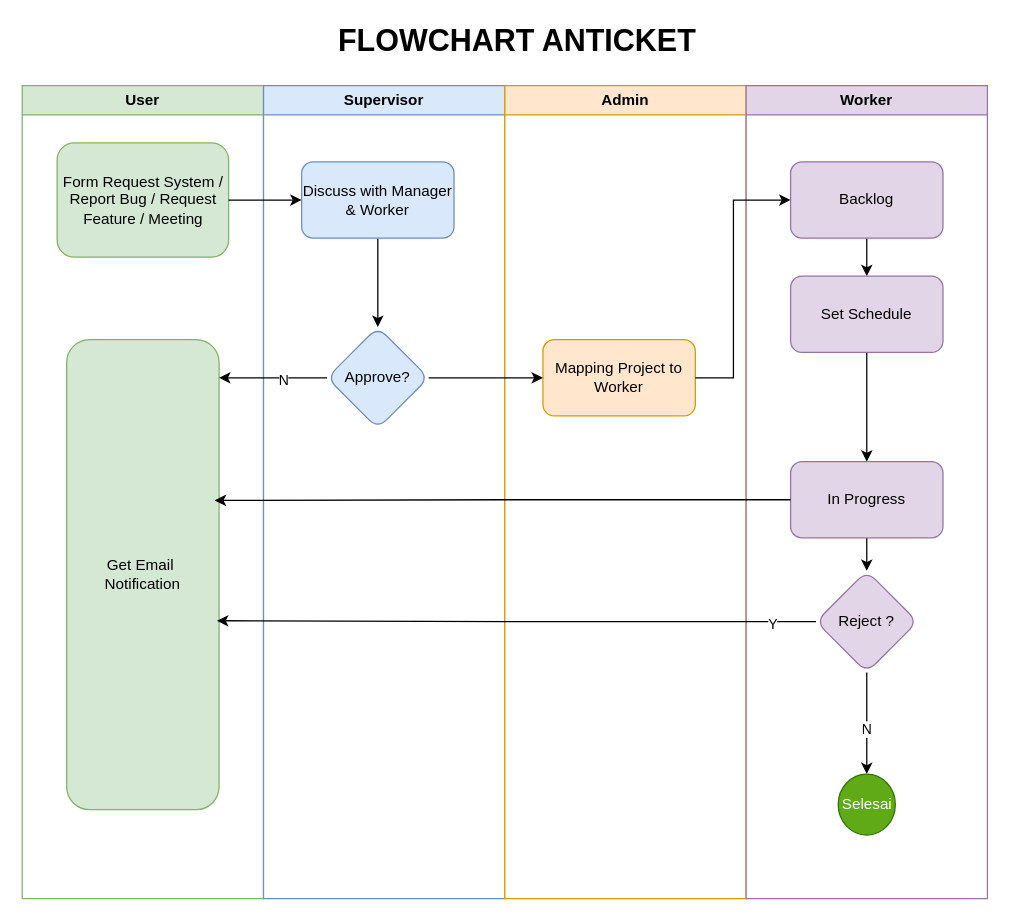
Before: document/Flowchart Anticket.drawio in andarutr/anticket-ci3, a draw.io diagram. Source tidied: cells renumbered, new cells numbered last; positions are measured from the earlier drawing's top-left corner, leaving out a move shared by most shapes. Both pictures are drawn from the tidied source at 127%, with x=0, y=0 at pixel (22, 22).
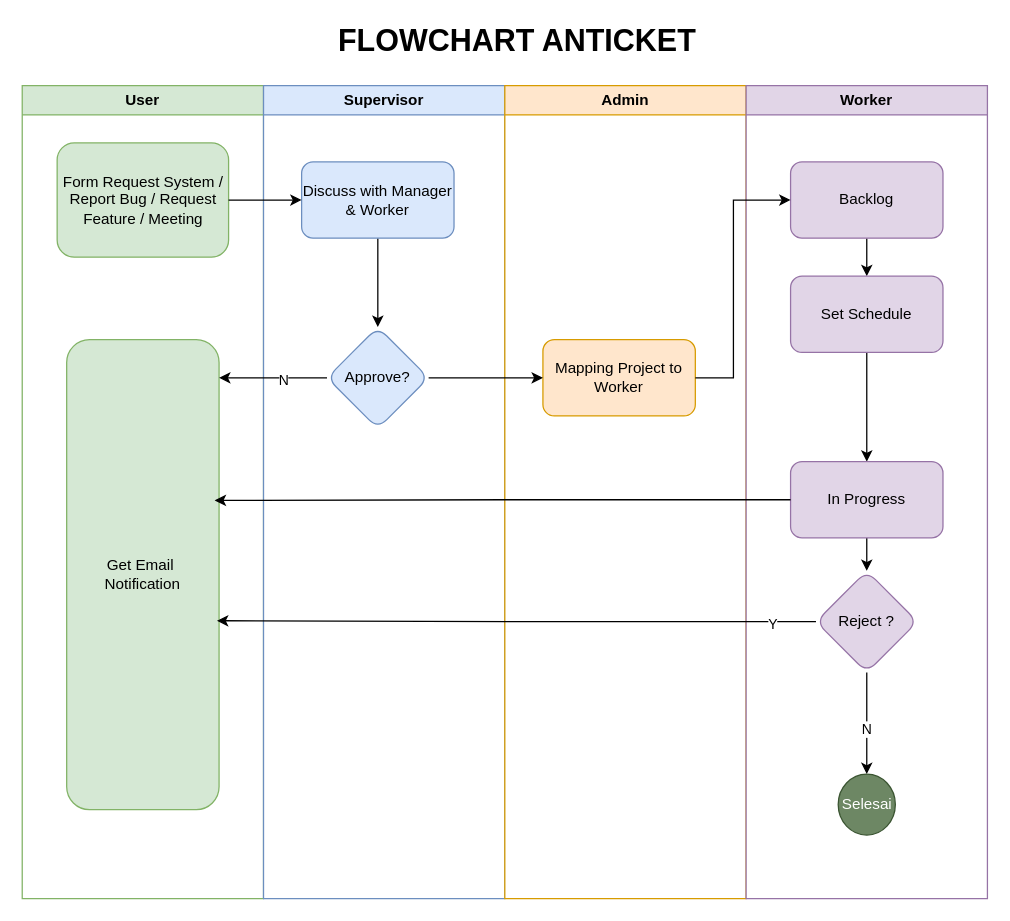
After the change.

Unchanged cells that the change refers to:
```xml
<mxCell id="11" value="Worker" style="swimlane;whiteSpace=wrap;html=1;swimlaneFillColor=default;fillColor=#e1d5e7;strokeColor=#9673a6;" parent="1" vertex="1">
  <mxGeometry x="570" y="50" width="190" height="640" as="geometry" />
</mxCell>
```

What changed in the source:
```diff
@@
-    <mxCell id="21" value="Selesai" style="ellipse;whiteSpace=wrap;html=1;rounded=1;fillColor=#60a917;fontColor=#ffffff;strokeColor=#2D7600;" parent="11" vertex="1">
+    <mxCell id="21" value="Selesai" style="ellipse;whiteSpace=wrap;html=1;rounded=1;fillColor=#6d8764;fontColor=#ffffff;strokeColor=#3A5431;" parent="11" vertex="1">
       <mxGeometry x="72.5" y="542" width="45" height="48" as="geometry" />
     </mxCell>
```
